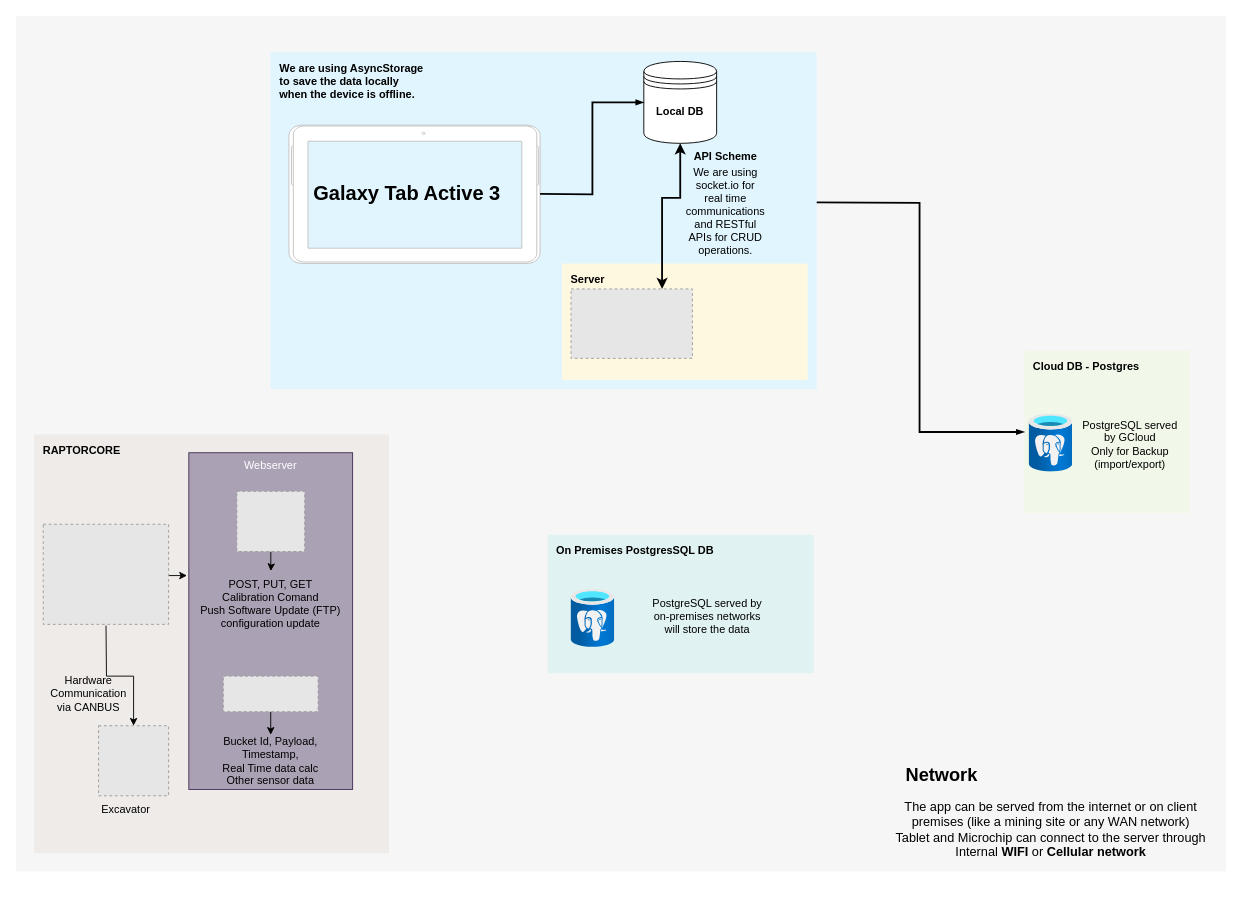
Above: PayloadAppUpdated.drawio in Raptor-Tech/Diagram (draw.io), before the change. Source tidied: cells renumbered, new cells numbered last; positions are measured from the earlier drawing's top-left corner, leaving out a move shared by most shapes. Both pictures are drawn from the tidied source at 91%, with x=0, y=0 at pixel (15, 15). Pictures stored in the file or linked from it are replaced by grey dashed boxes.
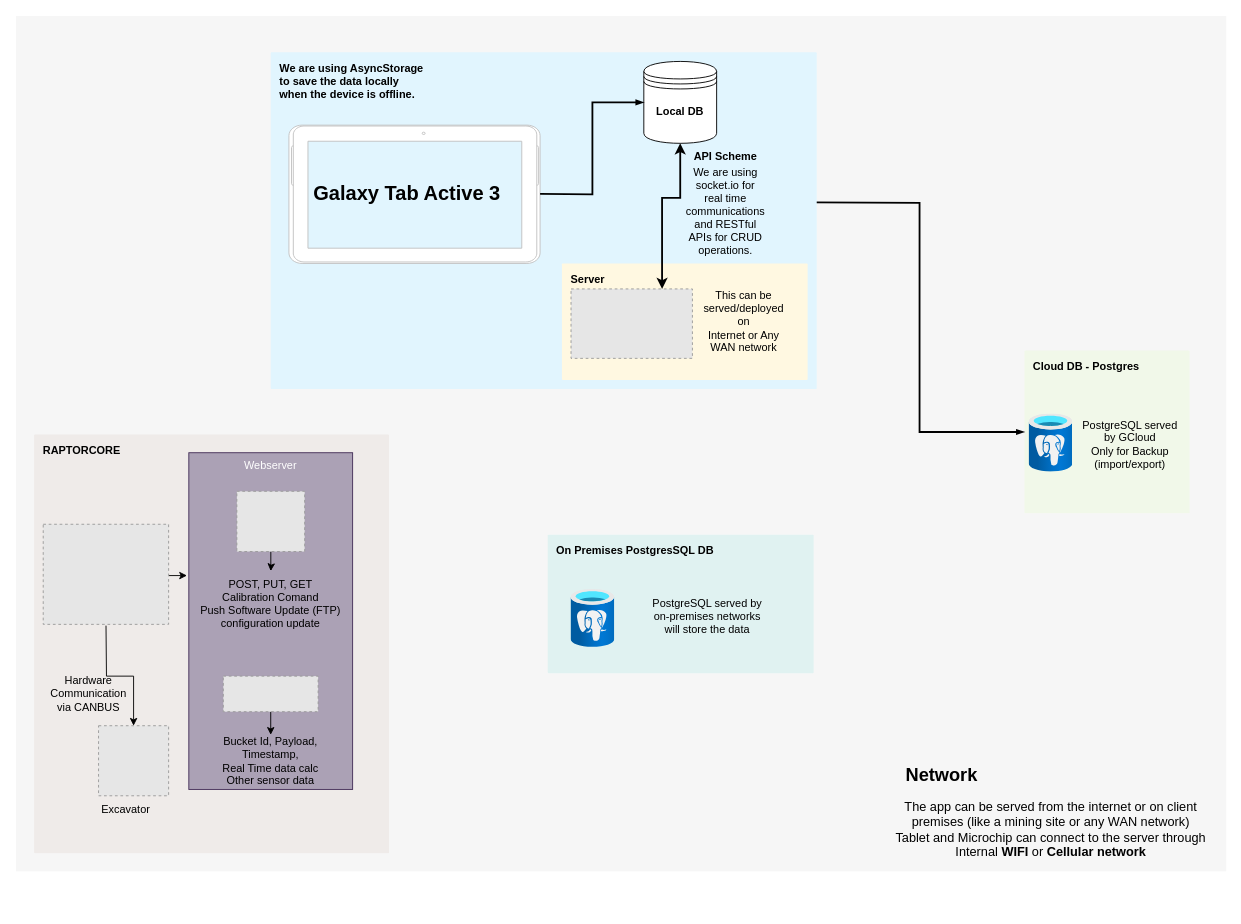
The same page after the edit.

Diff of the diagram source:
```diff
@@
+    <mxCell id="39" value="This can be served/deployed on&lt;br/&gt;Internet or Any WAN network&lt;br/&gt;" style="text;strokeColor=none;align=center;fillColor=none;html=1;verticalAlign=middle;whiteSpace=wrap;rounded=0;" parent="1" vertex="1">
+      <mxGeometry x="770" y="321" width="60" height="30" as="geometry" />
+    </mxCell>
```
